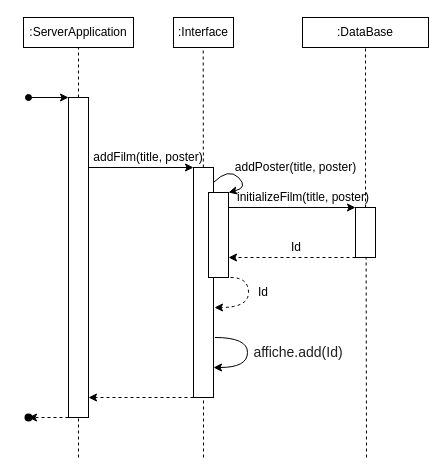
Above: page "AddingFilmOnAffiche" (3 of 3) of Диаграмма_последовательности_5.drawio in ANDaniell/-design-practice (draw.io), before the change. Source tidied: cells renumbered, new cells numbered last; positions are measured from the earlier drawing's top-left corner, leaving out a move shared by most shapes. Both pictures are drawn from the tidied source at 100%, with x=0, y=0 at pixel (18, 17).
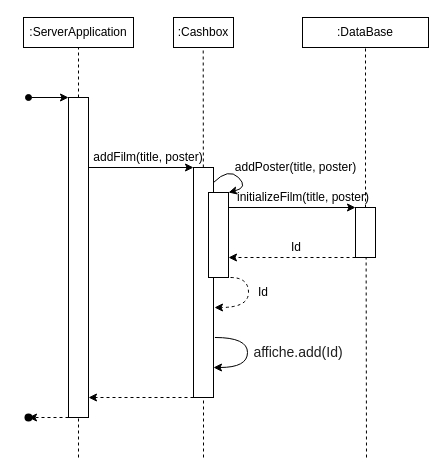
The same diagram, later.

Diff of the diagram source:
```diff
@@
-    <mxCell id="19" value=":Interface" style="text;html=1;align=center;verticalAlign=middle;whiteSpace=wrap;rounded=0;" parent="1" vertex="1">
+    <mxCell id="19" value=":Cashbox" style="text;html=1;align=center;verticalAlign=middle;whiteSpace=wrap;rounded=0;" parent="1" vertex="1">
       <mxGeometry x="155" width="60" height="30" as="geometry" />
     </mxCell>
```
